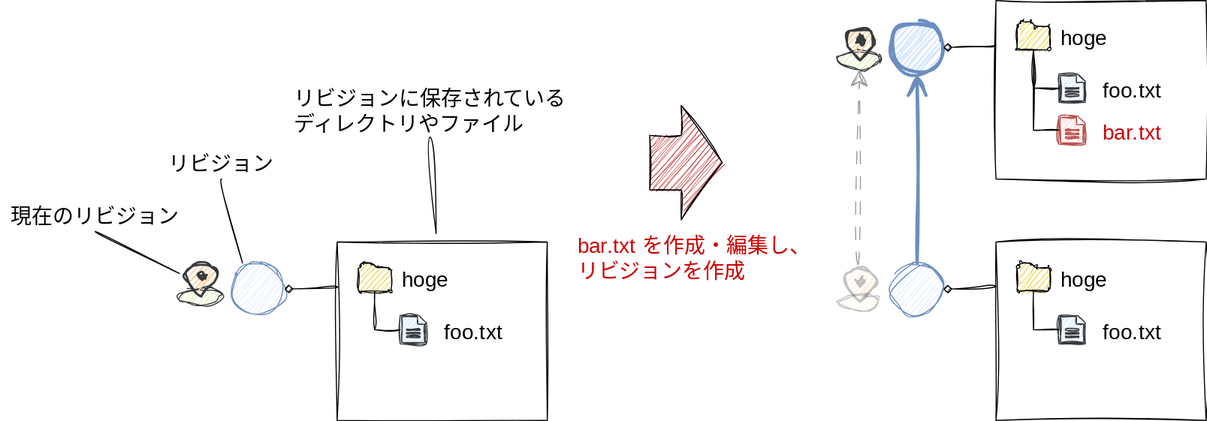
Earlier version of the draw.io export doc/image/introducion/revision-create.drawio.svg (kazurego7/fit). Source tidied: cells renumbered, new cells last; positions are measured from the earlier drawing's top-left corner, leaving out a move shared by most shapes.
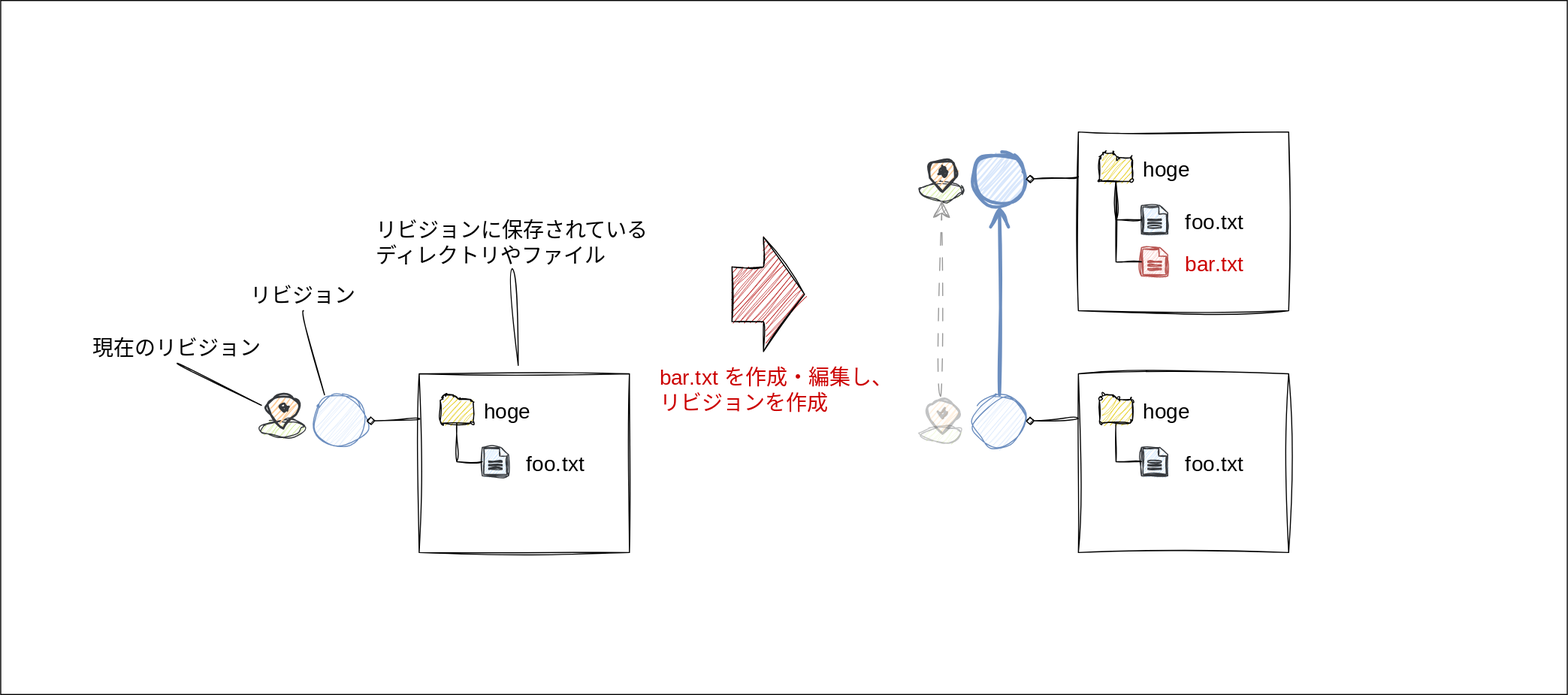
The same file after the commit.

Change to the diagram source:
```diff
@@ -2,6 +2,9 @@
   <root>
     <mxCell id="0" />
     <mxCell id="1" parent="0" />
+    <mxCell id="51" style="rounded=0;whiteSpace=wrap;html=1;hachureGap=4;fontFamily=Architects Daughter;fontSource=https%3A%2F%2Ffonts.googleapis.com%2Fcss%3Ffamily%3DArchitects%2BDaughter;fontSize=20;" parent="1" vertex="1">
+      <mxGeometry x="-78" y="-125" width="1490" height="660" as="geometry" />
+    </mxCell>
     <mxCell id="2" style="ellipse;whiteSpace=wrap;html=1;hachureGap=4;fontFamily=Architects Daughter;fontSource=https%3A%2F%2Ffonts.googleapis.com%2Fcss%3Ffamily%3DArchitects%2BDaughter;fontSize=20;fillColor=#dae8fc;strokeColor=#6c8ebf;shadow=0;sketch=1;curveFitting=1;jiggle=2;" parent="1" vertex="1">
       <mxGeometry x="220" y="250" width="50" height="50" as="geometry" />
     </mxCell>
```
